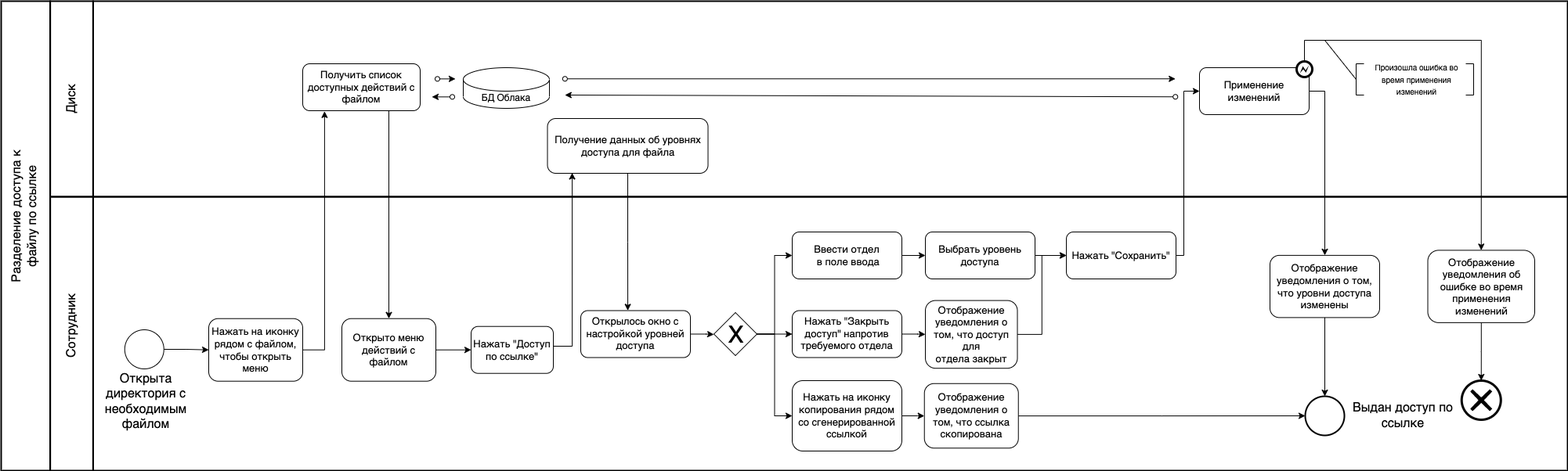
The draw.io diagram docs/bpmn/UML + BPMN-7.13.1 BPMN.drawio.png in shuv8/cloudstorage, before a commit. Source tidied: cells renumbered, new cells last; positions are measured from the earlier drawing's top-left corner, leaving out a move shared by most shapes.
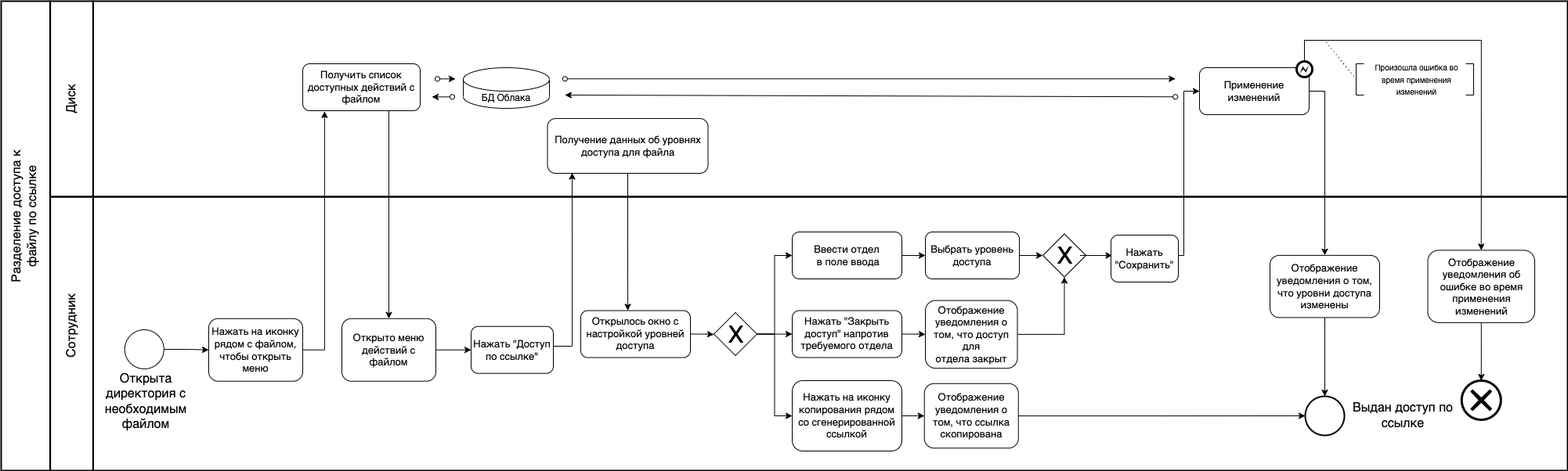
Later version of the same file.

Diff of the diagram source:
```diff
@@ -76,7 +76,7 @@
       </mxGeometry>
     </mxCell>
     <mxCell id="22" value="Нажать &quot;Сохранить&quot;" style="rounded=1;whiteSpace=wrap;html=1;fontSize=13;" parent="1" vertex="1">
-      <mxGeometry x="1430" y="295" width="140" height="60" as="geometry" />
+      <mxGeometry x="1487" y="299" width="86" height="60" as="geometry" />
     </mxCell>
     <mxCell id="23" style="edgeStyle=orthogonalEdgeStyle;rounded=0;jettySize=auto;html=1;" parent="1" edge="1" source="24" target="37">
       <mxGeometry relative="1" as="geometry" />
@@ -93,11 +93,11 @@
     <mxCell id="27" value="Отображение уведомления об ошибке во время применения изменений" style="rounded=1;whiteSpace=wrap;html=1;fontSize=13;" parent="1" vertex="1">
       <mxGeometry x="1891.5" y="318.4" width="136.5" height="92.5" as="geometry" />
     </mxCell>
-    <mxCell id="28" style="edgeStyle=orthogonalEdgeStyle;rounded=0;jettySize=auto;html=1;" parent="1" edge="1" source="29" target="22">
-      <mxGeometry relative="1" as="geometry" />
-    </mxCell>
+    <mxCell id="66" style="edgeStyle=orthogonalEdgeStyle;rounded=0;jettySize=auto;html=1;entryX=0;entryY=0.5;entryDx=0;entryDy=0;" parent="1" edge="1" source="29" target="69">
+      <mxGeometry relative="1" as="geometry" />
+    </mxCell>
     <mxCell id="29" value="Выбрать уровень доступа" style="rounded=1;whiteSpace=wrap;html=1;fontSize=13;" parent="1" vertex="1">
-      <mxGeometry x="1250" y="295" width="140" height="60" as="geometry" />
+      <mxGeometry x="1250" y="295" width="120" height="60" as="geometry" />
     </mxCell>
     <mxCell id="30" style="edgeStyle=orthogonalEdgeStyle;rounded=0;jettySize=auto;html=1;" parent="1" edge="1" source="31" target="8">
       <mxGeometry relative="1" as="geometry" />
@@ -117,9 +117,9 @@
     <mxCell id="35" value="Отображение уведомления о том, что ссылка скопирована" style="rounded=1;whiteSpace=wrap;html=1;fontSize=13;" parent="1" vertex="1">
       <mxGeometry x="1248.8" y="488.8" width="120" height="82.5" as="geometry" />
     </mxCell>
-    <mxCell id="36" style="edgeStyle=orthogonalEdgeStyle;rounded=0;jettySize=auto;html=1;entryX=0;entryY=0.5;entryDx=0;entryDy=0;" parent="1" edge="1" source="37" target="22">
-      <mxGeometry relative="1" as="geometry" />
-    </mxCell>
+    <mxCell id="67" style="edgeStyle=orthogonalEdgeStyle;rounded=0;jettySize=auto;html=1;entryX=0.5;entryY=1;entryDx=0;entryDy=0;" parent="1" edge="1" source="37" target="69">
+      <mxGeometry relative="1" as="geometry" />
+    </mxCell>
     <mxCell id="37" value="Отображение уведомления о том, что доступ для отдела&amp;nbsp;закрыт" style="rounded=1;whiteSpace=wrap;html=1;fontSize=13;" parent="1" vertex="1">
       <mxGeometry x="1250" y="382.6" width="117.5" height="86.6" as="geometry" />
     </mxCell>
@@ -230,7 +230,7 @@
         </Array>
       </mxGeometry>
     </mxCell>
-    <mxCell id="64" style="endArrow=none;html=1;rounded=0;exitX=0.5;exitY=1;exitDx=0;exitDy=0;" parent="1" edge="1" source="60">
+    <mxCell id="64" style="endArrow=none;html=1;rounded=0;exitX=0.5;exitY=1;exitDx=0;exitDy=0;dashed=1;dashPattern=1 4;" parent="1" edge="1" source="60">
       <mxGeometry relative="1" as="geometry">
         <mxPoint x="1760" y="50" as="targetPoint" />
       </mxGeometry>
@@ -238,5 +238,17 @@
     <mxCell id="65" value="&lt;font style=&quot;font-size: 16px&quot;&gt;Выдан доступ по ссылке&lt;/font&gt;" style="text;html=1;strokeColor=none;fillColor=none;align=center;verticalAlign=middle;whiteSpace=wrap;rounded=0;fontSize=13;rotation=0;" parent="1" vertex="1">
       <mxGeometry x="1795" y="508.2" width="130" height="43.5" as="geometry" />
     </mxCell>
+    <mxCell id="68" style="group;" parent="1" vertex="1">
+      <mxGeometry x="1400" y="297.5" width="55" height="55" as="geometry" />
+    </mxCell>
+    <mxCell id="69" style="rhombus;whiteSpace=wrap;html=1;" parent="68" vertex="1">
+      <mxGeometry width="55" height="55" as="geometry" />
+    </mxCell>
+    <mxCell id="70" value="&lt;font style=&quot;font-size: 30px&quot;&gt;X&lt;/font&gt;" style="text;html=1;align=center;verticalAlign=middle;points=[];" parent="68" vertex="1">
+      <mxGeometry x="7.5" y="12.5" width="40" height="30" as="geometry" />
+    </mxCell>
+    <mxCell id="71" style="edgeStyle=orthogonalEdgeStyle;rounded=0;jettySize=auto;html=1;entryX=0.018;entryY=0.434;entryDx=0;entryDy=0;entryPerimeter=0;" parent="1" edge="1" source="70" target="22">
+      <mxGeometry relative="1" as="geometry" />
+    </mxCell>
   </root>
 </mxGraphModel>
```
